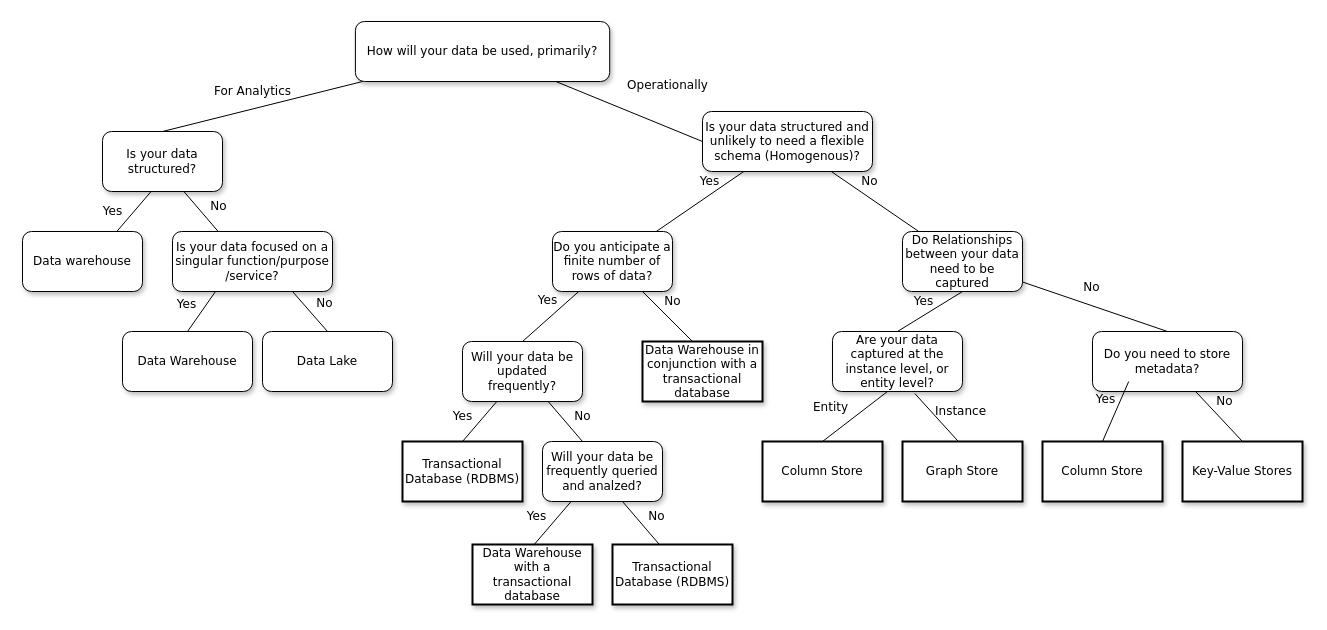
Above: Greer_SQL_NoSQL.drawio in greermp/7212 (draw.io), before the change. Source tidied: cells renumbered, new cells numbered last; positions are measured from the earlier drawing's top-left corner, leaving out a move shared by most shapes. Both pictures are drawn from the tidied source at 100%, with x=0, y=0 at pixel (22, 21).
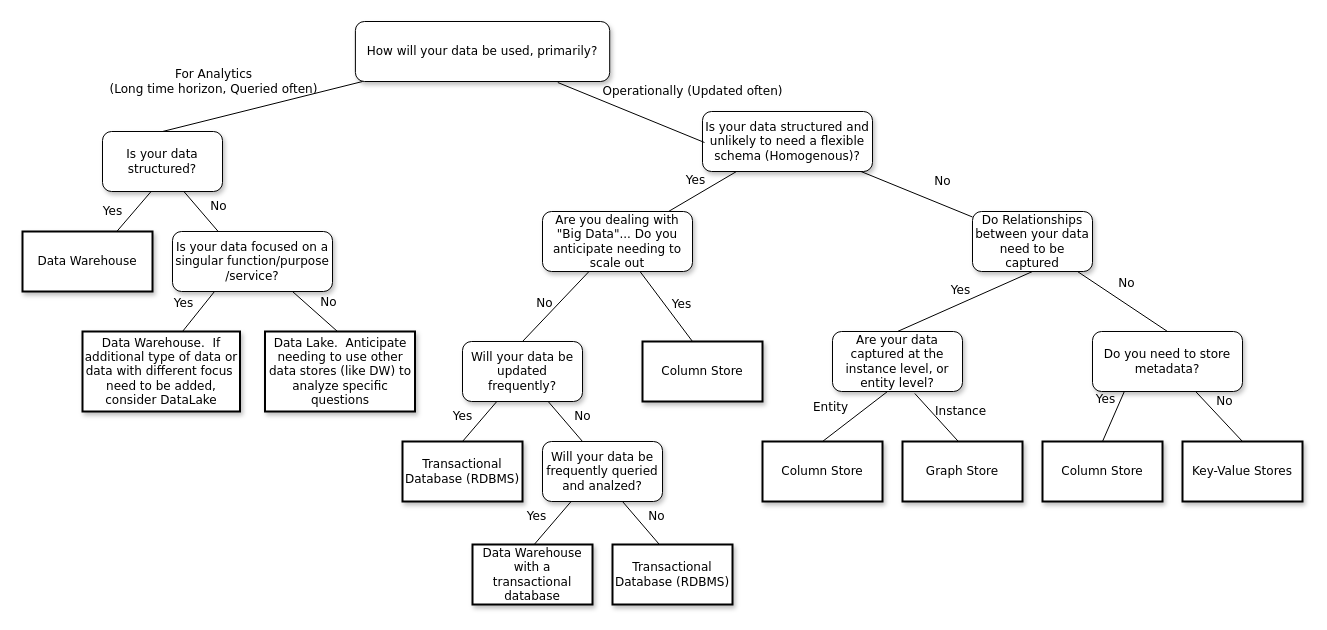
Above is the later version.

Unchanged cells that the change refers to:
```xml
<mxCell id="2" value="Is your data structured and unlikely to need a flexible schema (Homogenous)?" style="whiteSpace=wrap;html=1;rounded=1;shadow=1;labelBackgroundColor=none;strokeWidth=1;fontFamily=Verdana;fontSize=12;align=center;" parent="1" vertex="1">
  <mxGeometry x="680" y="90" width="170" height="60" as="geometry" />
</mxCell>
<mxCell id="7" value="&lt;span&gt;How will your data be used, primarily?&lt;/span&gt;" style="whiteSpace=wrap;html=1;rounded=1;shadow=1;labelBackgroundColor=none;strokeWidth=1;fontFamily=Verdana;fontSize=12;align=center;" parent="1" vertex="1">
  <mxGeometry x="332.9" width="254.3" height="60" as="geometry" />
</mxCell>
<mxCell id="23" value="Is your data structured?" style="whiteSpace=wrap;html=1;rounded=1;shadow=1;labelBackgroundColor=none;strokeWidth=1;fontFamily=Verdana;fontSize=12;align=center;" parent="1" vertex="1">
  <mxGeometry x="80" y="110" width="120" height="60" as="geometry" />
</mxCell>
<mxCell id="31" value="&lt;span&gt;Is your data focused on a singular function/purpose /service?&lt;/span&gt;" style="whiteSpace=wrap;html=1;rounded=1;shadow=1;labelBackgroundColor=none;strokeWidth=1;fontFamily=Verdana;fontSize=12;align=center;" parent="1" vertex="1">
  <mxGeometry x="150" y="210" width="160" height="60" as="geometry" />
</mxCell>
```

The edit, as a diff of the source:
```diff
@@
-    <mxCell id="3" value="&lt;span&gt;Do you anticipate a finite number of rows of data?&lt;/span&gt;" style="whiteSpace=wrap;html=1;rounded=1;shadow=1;labelBackgroundColor=none;strokeWidth=1;fontFamily=Verdana;fontSize=12;align=center;" parent="1" vertex="1">
-      <mxGeometry x="530" y="210" width="120" height="60" as="geometry" />
+    <mxCell id="3" value="&lt;span&gt;Are you dealing with &quot;Big Data&quot;... Do you anticipate needing to scale out&lt;/span&gt;" style="whiteSpace=wrap;html=1;rounded=1;shadow=1;labelBackgroundColor=none;strokeWidth=1;fontFamily=Verdana;fontSize=12;align=center;" parent="1" vertex="1">
+      <mxGeometry x="520" y="190" width="150" height="60" as="geometry" />
     </mxCell>
     <mxCell id="4" value="&lt;span&gt;Do Relationships between your data need to be captured&lt;/span&gt;" style="whiteSpace=wrap;html=1;rounded=1;shadow=1;labelBackgroundColor=none;strokeWidth=1;fontFamily=Verdana;fontSize=12;align=center;" parent="1" vertex="1">
-      <mxGeometry x="880" y="210" width="120" height="60" as="geometry" />
+      <mxGeometry x="950" y="190" width="120" height="60" as="geometry" />
     </mxCell>
     <mxCell id="5" value="No" style="rounded=0;html=1;labelBackgroundColor=none;startArrow=none;startFill=0;startSize=5;endArrow=none;endFill=0;endSize=5;jettySize=auto;strokeWidth=1;fontFamily=Verdana;fontSize=12;" parent="1" edge="1" source="2" target="4">
-      <mxGeometry x="-0.3" y="13" relative="1" as="geometry" />
+      <mxGeometry x="0.32" y="22" relative="1" as="geometry">
+        <mxPoint y="1" as="offset" />
+      </mxGeometry>
     </mxCell>
     <mxCell id="6" value="Yes" style="rounded=0;html=1;labelBackgroundColor=none;startArrow=none;startFill=0;startSize=5;endArrow=none;endFill=0;endSize=5;jettySize=auto;strokeWidth=1;fontFamily=Verdana;fontSize=12;" parent="1" edge="1" source="2" target="3">
-      <mxGeometry x="-0.36" y="-11" relative="1" as="geometry" />
+      <mxGeometry x="0.01" y="-12" relative="1" as="geometry">
+        <mxPoint y="-1" as="offset" />
+      </mxGeometry>
     </mxCell>
@@
-    <mxCell id="8" value="Yes" style="rounded=0;html=1;labelBackgroundColor=none;startArrow=none;startFill=0;startSize=5;endArrow=none;endFill=0;endSize=5;jettySize=auto;strokeWidth=1;fontFamily=Verdana;fontSize=12;" parent="1" edge="1" source="3">
-      <mxGeometry x="-0.2" y="-14" relative="1" as="geometry">
+    <mxCell id="8" value="No" style="rounded=0;html=1;labelBackgroundColor=none;startArrow=none;startFill=0;startSize=5;endArrow=none;endFill=0;endSize=5;jettySize=auto;strokeWidth=1;fontFamily=Verdana;fontSize=12;" parent="1" edge="1" source="3">
+      <mxGeometry x="0.11" y="-10" relative="1" as="geometry">
         <mxPoint x="500" y="320" as="targetPoint" />
       </mxGeometry>
     </mxCell>
-    <mxCell id="9" value="No" style="rounded=0;html=1;labelBackgroundColor=none;startArrow=none;startFill=0;startSize=5;endArrow=none;endFill=0;endSize=5;jettySize=auto;strokeWidth=1;fontFamily=Verdana;fontSize=12;" parent="1" edge="1" source="3">
-      <mxGeometry x="-0.2" y="14" relative="1" as="geometry">
+    <mxCell id="9" value="Yes" style="rounded=0;html=1;labelBackgroundColor=none;startArrow=none;startFill=0;startSize=5;endArrow=none;endFill=0;endSize=5;jettySize=auto;strokeWidth=1;fontFamily=Verdana;fontSize=12;" parent="1" edge="1" source="3">
+      <mxGeometry x="0.16" y="13" relative="1" as="geometry">
         <mxPoint x="670" y="320" as="targetPoint" />
       </mxGeometry>
     </mxCell>
@@
-    <mxCell id="11" value="For Analytics" style="rounded=0;html=1;labelBackgroundColor=none;startArrow=none;startFill=0;startSize=5;endArrow=none;endFill=0;endSize=5;jettySize=auto;strokeWidth=1;fontFamily=Verdana;fontSize=12;entryX=0.5;entryY=0;entryDx=0;entryDy=0;" parent="1" edge="1" source="7" target="23">
-      <mxGeometry x="0.06" y="-17" relative="1" as="geometry" />
+    <mxCell id="11" value="For Analytics&lt;br&gt;(Long time horizon, Queried often)" style="rounded=0;html=1;labelBackgroundColor=none;startArrow=none;startFill=0;startSize=5;endArrow=none;endFill=0;endSize=5;jettySize=auto;strokeWidth=1;fontFamily=Verdana;fontSize=12;entryX=0.5;entryY=0;entryDx=0;entryDy=0;" parent="1" edge="1" source="7" target="23">
+      <mxGeometry x="0.41" y="-36" relative="1" as="geometry" />
     </mxCell>
-    <mxCell id="12" value="Operationally" style="rounded=0;html=1;labelBackgroundColor=none;startArrow=none;startFill=0;startSize=5;endArrow=none;endFill=0;endSize=5;jettySize=auto;strokeWidth=1;fontFamily=Verdana;fontSize=12;entryX=0;entryY=0.5;entryDx=0;entryDy=0;" parent="1" edge="1" source="7" target="2">
-      <mxGeometry x="0.34" y="39" relative="1" as="geometry">
-        <mxPoint x="-1" as="offset" />
+    <mxCell id="12" value="Operationally (Updated often)" style="rounded=0;html=1;labelBackgroundColor=none;startArrow=none;startFill=0;startSize=5;endArrow=none;endFill=0;endSize=5;jettySize=auto;orthogonalLoop=1;strokeWidth=1;fontFamily=Verdana;fontSize=12;entryX=0;entryY=0.5;entryDx=0;entryDy=0;" parent="1" edge="1">
+      <mxGeometry x="0.62" y="43" relative="1" as="geometry">
+        <mxPoint x="535.3" y="61" as="sourcePoint" />
+        <mxPoint x="682" y="121" as="targetPoint" />
       </mxGeometry>
     </mxCell>
@@
-    <mxCell id="22" value="Data Warehouse in conjunction with a transactional database" style="whiteSpace=wrap;html=1;rounded=0;shadow=1;labelBackgroundColor=none;strokeWidth=2;fontFamily=Verdana;fontSize=12;align=center;" parent="1" vertex="1">
+    <mxCell id="22" value="Column Store" style="whiteSpace=wrap;html=1;rounded=0;shadow=1;labelBackgroundColor=none;strokeWidth=2;fontFamily=Verdana;fontSize=12;align=center;" parent="1" vertex="1">
       <mxGeometry x="620" y="320" width="120" height="60" as="geometry" />
     </mxCell>
@@
-    <mxCell id="24" value="Yes" style="rounded=0;html=1;labelBackgroundColor=none;startArrow=none;startFill=0;startSize=5;endArrow=none;endFill=0;endSize=5;jettySize=auto;strokeWidth=1;fontFamily=Verdana;fontSize=12;entryX=0.5;entryY=0;entryDx=0;entryDy=0;" parent="1" edge="1" target="30">
+    <mxCell id="24" value="Yes" style="rounded=0;html=1;labelBackgroundColor=none;startArrow=none;startFill=0;startSize=5;endArrow=none;endFill=0;endSize=5;jettySize=auto;orthogonalLoop=1;strokeWidth=1;fontFamily=Verdana;fontSize=12;entryX=0.5;entryY=0;entryDx=0;entryDy=0;" parent="1" edge="1">
       <mxGeometry x="0.31" y="-17" relative="1" as="geometry">
         <mxPoint x="200" y="260" as="sourcePoint" />
+        <mxPoint x="160" y="310" as="targetPoint" />
         <mxPoint x="1" as="offset" />
       </mxGeometry>
     </mxCell>
@@
-    <mxCell id="26" value="No" style="rounded=0;html=1;labelBackgroundColor=none;startArrow=none;startFill=0;startSize=5;endArrow=none;endFill=0;endSize=5;jettySize=auto;strokeWidth=1;fontFamily=Verdana;fontSize=12;entryX=0.5;entryY=0;entryDx=0;entryDy=0;exitX=0.75;exitY=1;exitDx=0;exitDy=0;" parent="1" edge="1" source="31" target="29">
-      <mxGeometry x="0.14" y="16" relative="1" as="geometry" />
+    <mxCell id="26" value="No" style="rounded=0;html=1;labelBackgroundColor=none;startArrow=none;startFill=0;startSize=5;endArrow=none;endFill=0;endSize=5;jettySize=auto;strokeWidth=1;fontFamily=Verdana;fontSize=12;entryX=0.5;entryY=0;entryDx=0;entryDy=0;exitX=0.75;exitY=1;exitDx=0;exitDy=0;" parent="1" edge="1" source="31">
+      <mxGeometry x="0.14" y="16" relative="1" as="geometry">
+        <mxPoint x="315" y="310" as="targetPoint" />
+      </mxGeometry>
     </mxCell>
-    <mxCell id="27" value="&lt;span&gt;Data warehouse&lt;/span&gt;" style="whiteSpace=wrap;html=1;rounded=1;shadow=1;labelBackgroundColor=none;strokeWidth=1;fontFamily=Verdana;fontSize=12;align=center;" parent="1" vertex="1">
-      <mxGeometry y="210" width="120" height="60" as="geometry" />
-    </mxCell>
@@
-    <mxCell id="29" value="&lt;span&gt;Data Lake&lt;/span&gt;" style="whiteSpace=wrap;html=1;rounded=1;shadow=1;labelBackgroundColor=none;strokeWidth=1;fontFamily=Verdana;fontSize=12;align=center;" parent="1" vertex="1">
-      <mxGeometry x="240" y="310" width="130" height="60" as="geometry" />
-    </mxCell>
-    <mxCell id="30" value="&lt;span&gt;Data Warehouse&lt;/span&gt;" style="whiteSpace=wrap;html=1;rounded=1;shadow=1;labelBackgroundColor=none;strokeWidth=1;fontFamily=Verdana;fontSize=12;align=center;" parent="1" vertex="1">
-      <mxGeometry x="100" y="310" width="130" height="60" as="geometry" />
-    </mxCell>
@@
-    <mxCell id="33" value="&lt;span&gt;Do you need to store metadata?&lt;/span&gt;" style="whiteSpace=wrap;html=1;rounded=1;shadow=1;labelBackgroundColor=none;strokeWidth=1;fontFamily=Verdana;fontSize=12;align=center;" parent="1" vertex="1">
-      <mxGeometry x="1070" y="310" width="150" height="60" as="geometry" />
-    </mxCell>
@@
+    <mxCell id="33" value="&lt;span&gt;Do you need to store metadata?&lt;/span&gt;" style="whiteSpace=wrap;html=1;rounded=1;shadow=1;labelBackgroundColor=none;strokeWidth=1;fontFamily=Verdana;fontSize=12;align=center;" parent="1" vertex="1">
+      <mxGeometry x="1070" y="310" width="150" height="60" as="geometry" />
+    </mxCell>
+    <mxCell id="43" value="Data Lake.&amp;nbsp; Anticipate needing to use other data stores (like DW) to analyze specific questions" style="whiteSpace=wrap;html=1;rounded=0;shadow=1;labelBackgroundColor=none;strokeWidth=2;fontFamily=Verdana;fontSize=12;align=center;" parent="1" vertex="1">
+      <mxGeometry x="242.5" y="310" width="150" height="80" as="geometry" />
+    </mxCell>
+    <mxCell id="44" value="Data Warehouse.&amp;nbsp; If additional type of data or data with different focus&amp;nbsp; need to be added, consider DataLake" style="whiteSpace=wrap;html=1;rounded=0;shadow=1;labelBackgroundColor=none;strokeWidth=2;fontFamily=Verdana;fontSize=12;align=center;" parent="1" vertex="1">
+      <mxGeometry x="60" y="310" width="157.5" height="80" as="geometry" />
+    </mxCell>
+    <mxCell id="30" value="Data Warehouse" style="whiteSpace=wrap;html=1;rounded=0;shadow=1;labelBackgroundColor=none;strokeWidth=2;fontFamily=Verdana;fontSize=12;align=center;" parent="1" vertex="1">
+      <mxGeometry y="210" width="130" height="60" as="geometry" />
+    </mxCell>
```
